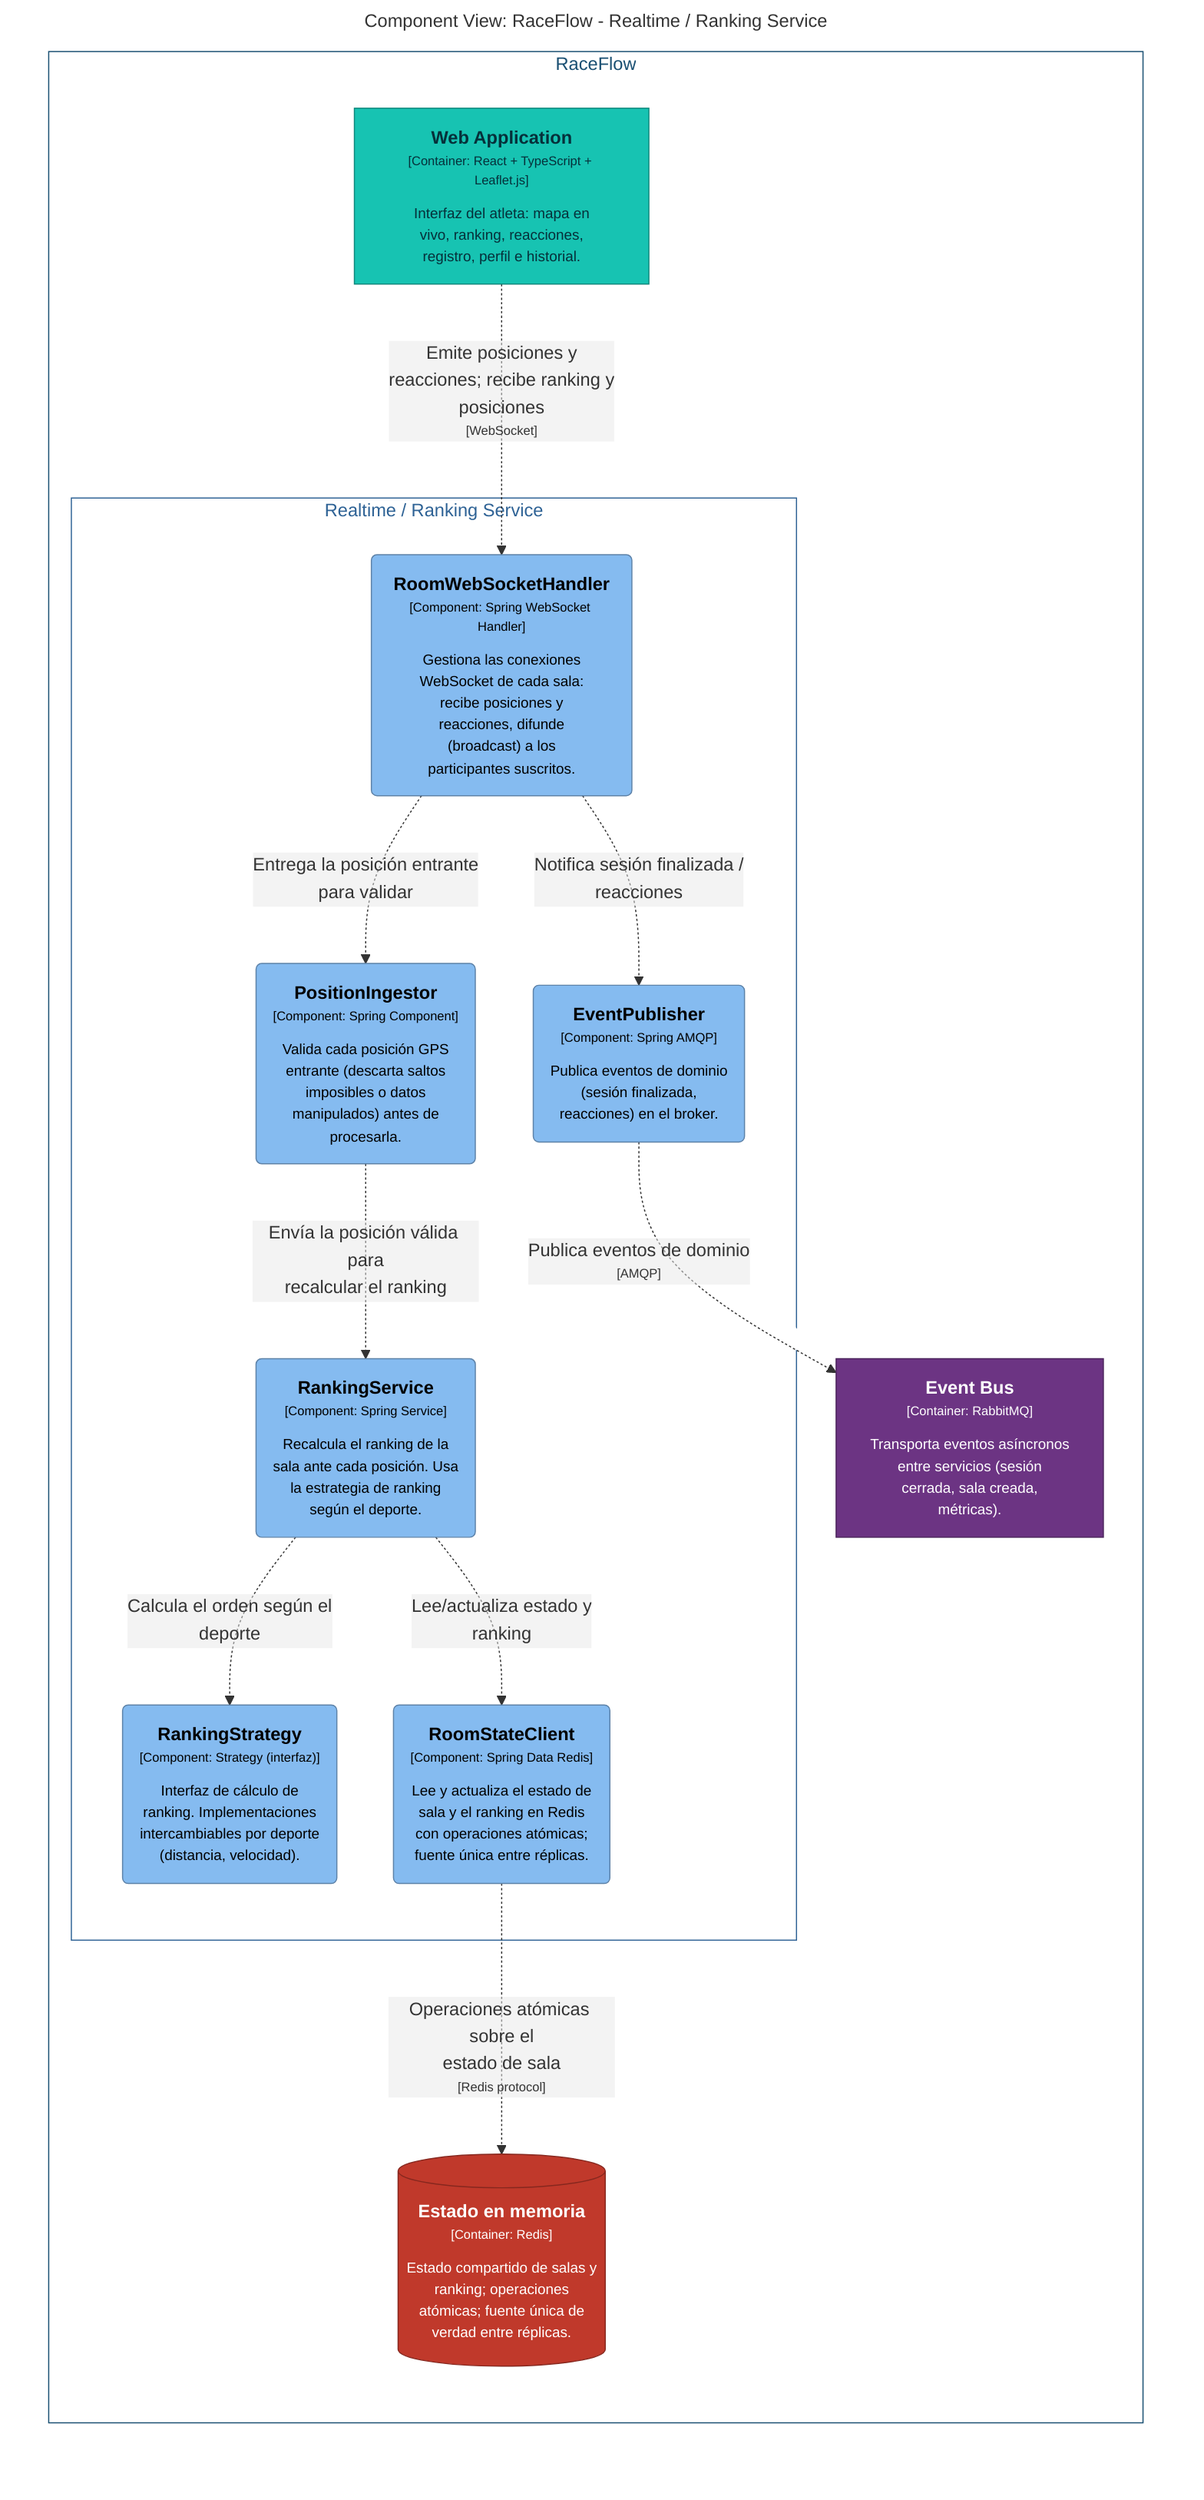
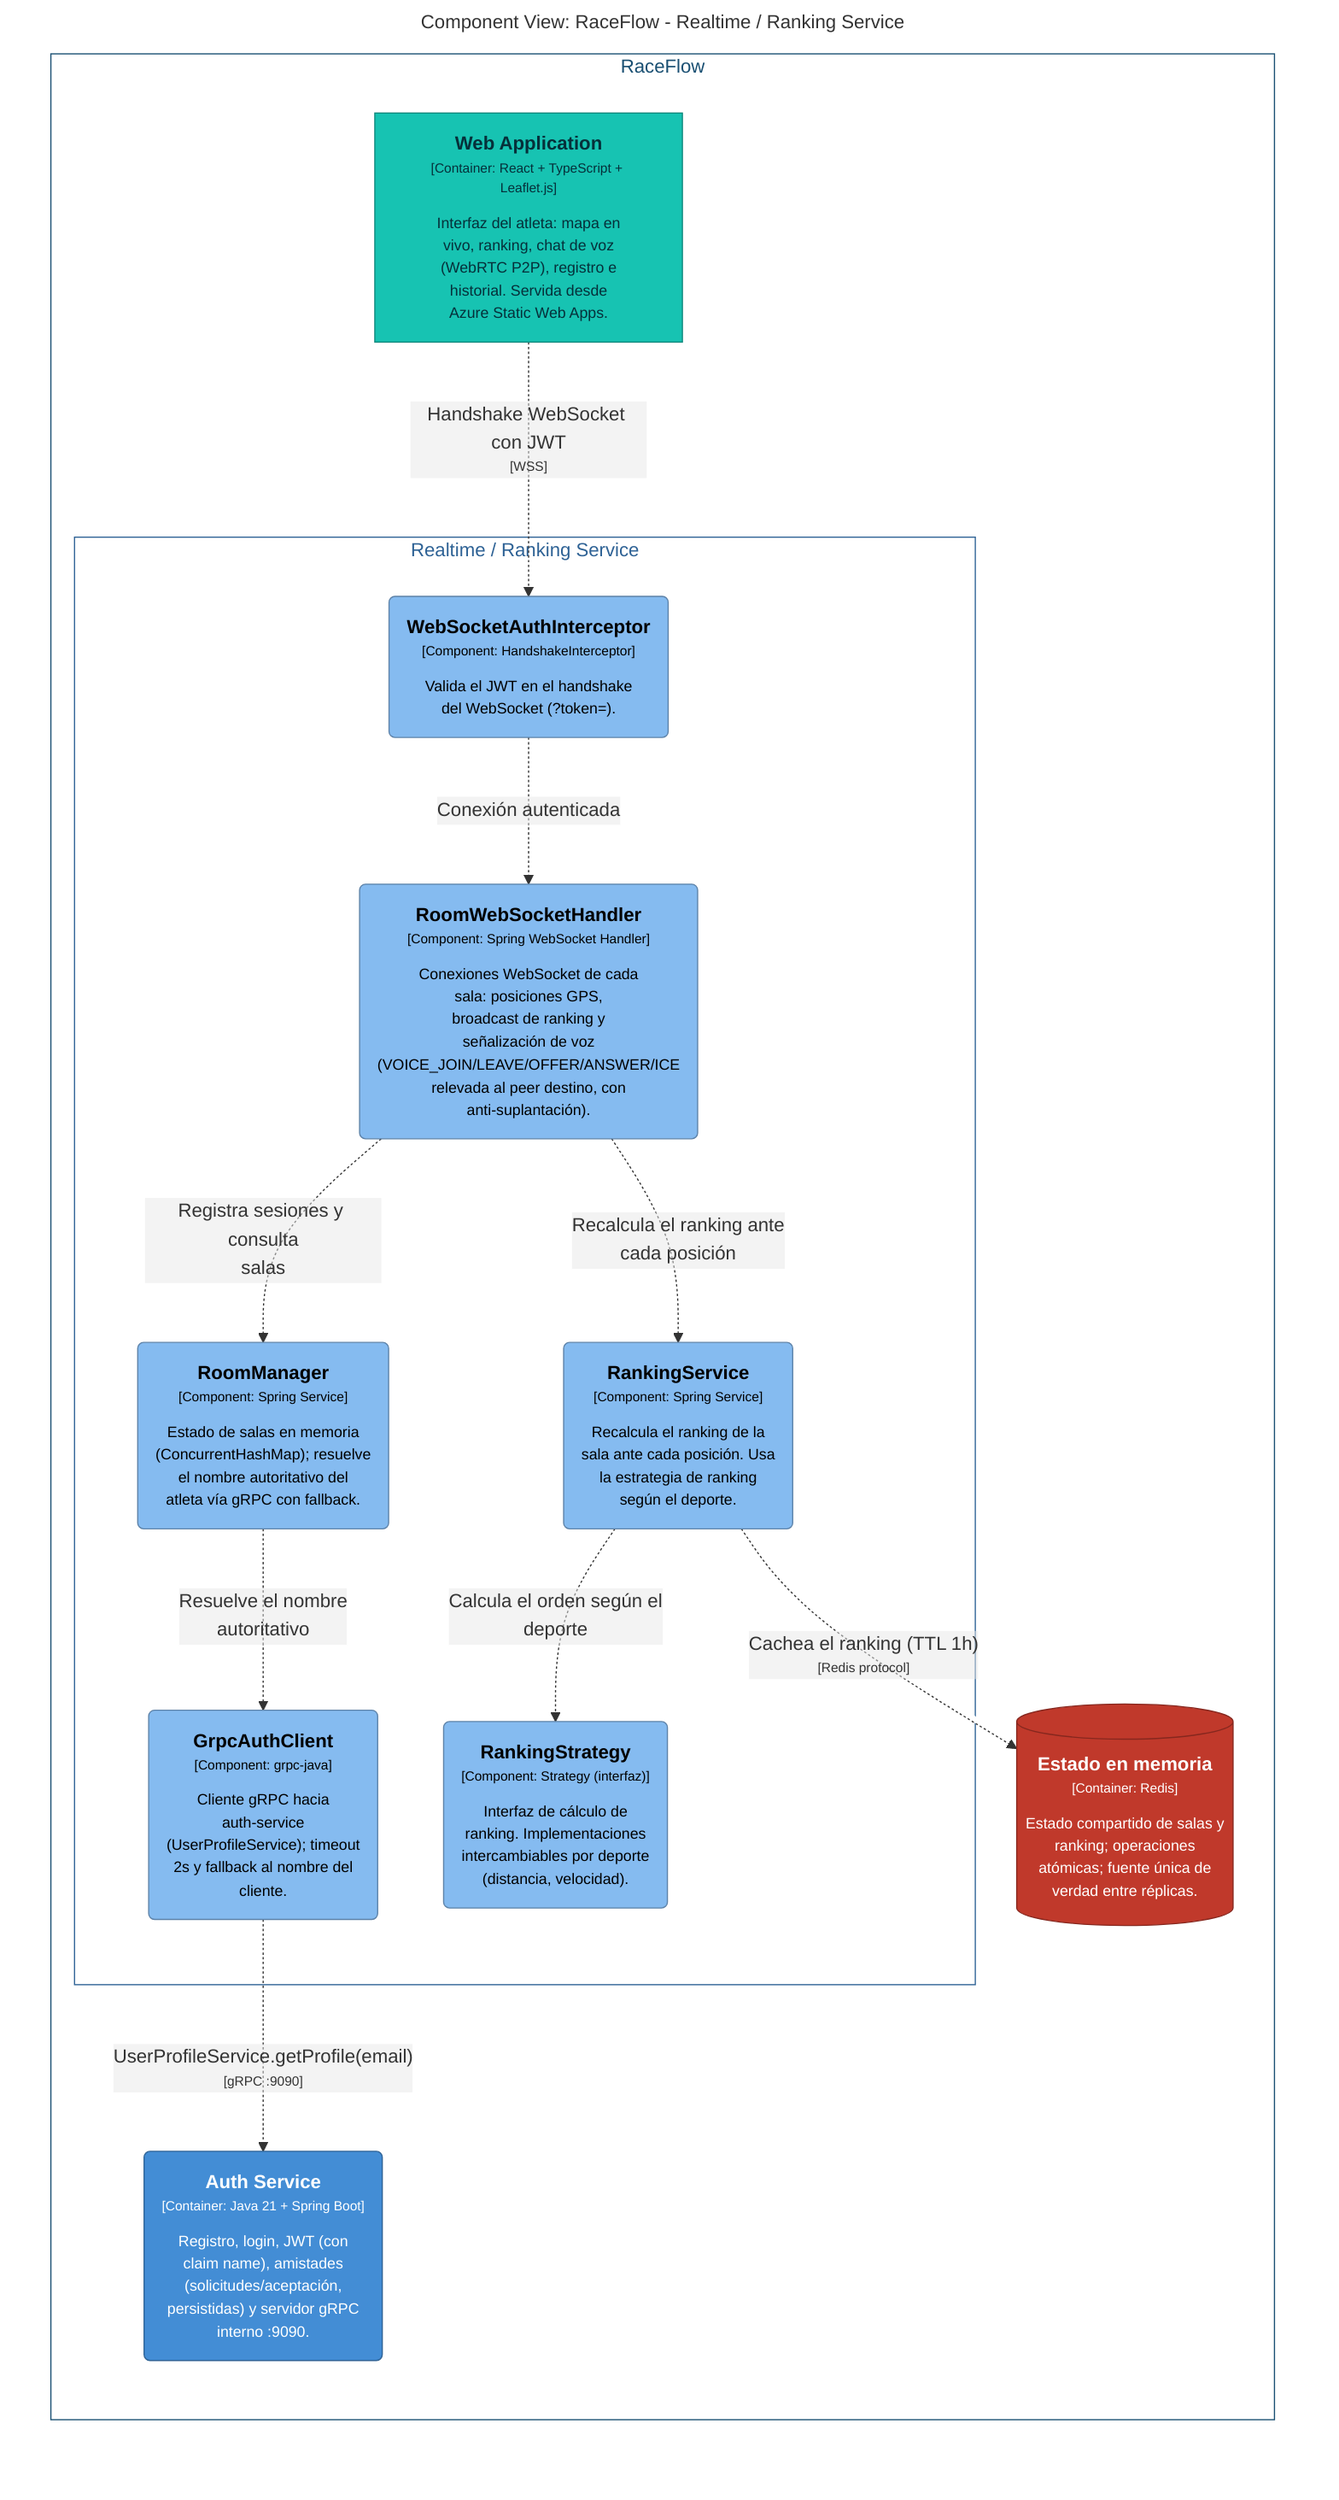
graph LR
  linkStyle default fill:#ffffff

  subgraph diagram ["Component View: RaceFlow - Realtime / Ranking Service"]
    style diagram fill:#ffffff,stroke:#ffffff

    subgraph 4 ["RaceFlow"]
      style 4 fill:#ffffff,stroke:#194f72,color:#194f72

      subgraph 9 ["Realtime / Ranking Service"]
        style 9 fill:#ffffff,stroke:#2e6295,color:#2e6295

-         10("<div style='font-weight: bold'>RoomWebSocketHandler</div><div style='font-size: 70%; margin-top: 0px'>[Component: Spring WebSocket Handler]</div><div style='font-size: 80%; margin-top:10px'>Gestiona las conexiones<br />WebSocket de cada sala:<br />recibe posiciones y<br />reacciones, difunde<br />(broadcast) a los<br />participantes suscritos.</div>")
+         10("<div style='font-weight: bold'>RoomWebSocketHandler</div><div style='font-size: 70%; margin-top: 0px'>[Component: Spring WebSocket Handler]</div><div style='font-size: 80%; margin-top:10px'>Conexiones WebSocket de cada<br />sala: posiciones GPS,<br />broadcast de ranking y<br />señalización de voz<br />(VOICE_JOIN/LEAVE/OFFER/ANSWER/ICE<br />relevada al peer destino, con<br />anti-suplantación).</div>")
        style 10 fill:#85bbf0,stroke:#5d82a8,color:#000000
-         11("<div style='font-weight: bold'>PositionIngestor</div><div style='font-size: 70%; margin-top: 0px'>[Component: Spring Component]</div><div style='font-size: 80%; margin-top:10px'>Valida cada posición GPS<br />entrante (descarta saltos<br />imposibles o datos<br />manipulados) antes de<br />procesarla.</div>")
+         11("<div style='font-weight: bold'>RoomManager</div><div style='font-size: 70%; margin-top: 0px'>[Component: Spring Service]</div><div style='font-size: 80%; margin-top:10px'>Estado de salas en memoria<br />(ConcurrentHashMap); resuelve<br />el nombre autoritativo del<br />atleta vía gRPC con fallback.</div>")
        style 11 fill:#85bbf0,stroke:#5d82a8,color:#000000
        12("<div style='font-weight: bold'>RankingService</div><div style='font-size: 70%; margin-top: 0px'>[Component: Spring Service]</div><div style='font-size: 80%; margin-top:10px'>Recalcula el ranking de la<br />sala ante cada posición. Usa<br />la estrategia de ranking<br />según el deporte.</div>")
        style 12 fill:#85bbf0,stroke:#5d82a8,color:#000000
        13("<div style='font-weight: bold'>RankingStrategy</div><div style='font-size: 70%; margin-top: 0px'>[Component: Strategy (interfaz)]</div><div style='font-size: 80%; margin-top:10px'>Interfaz de cálculo de<br />ranking. Implementaciones<br />intercambiables por deporte<br />(distancia, velocidad).</div>")
        style 13 fill:#85bbf0,stroke:#5d82a8,color:#000000
-         14("<div style='font-weight: bold'>RoomStateClient</div><div style='font-size: 70%; margin-top: 0px'>[Component: Spring Data Redis]</div><div style='font-size: 80%; margin-top:10px'>Lee y actualiza el estado de<br />sala y el ranking en Redis<br />con operaciones atómicas;<br />fuente única entre réplicas.</div>")
+         14("<div style='font-weight: bold'>GrpcAuthClient</div><div style='font-size: 70%; margin-top: 0px'>[Component: grpc-java]</div><div style='font-size: 80%; margin-top:10px'>Cliente gRPC hacia<br />auth-service<br />(UserProfileService); timeout<br />2s y fallback al nombre del<br />cliente.</div>")
        style 14 fill:#85bbf0,stroke:#5d82a8,color:#000000
-         15("<div style='font-weight: bold'>EventPublisher</div><div style='font-size: 70%; margin-top: 0px'>[Component: Spring AMQP]</div><div style='font-size: 80%; margin-top:10px'>Publica eventos de dominio<br />(sesión finalizada,<br />reacciones) en el broker.</div>")
+         15("<div style='font-weight: bold'>WebSocketAuthInterceptor</div><div style='font-size: 70%; margin-top: 0px'>[Component: HandshakeInterceptor]</div><div style='font-size: 80%; margin-top:10px'>Valida el JWT en el handshake<br />del WebSocket (?token=).</div>")
        style 15 fill:#85bbf0,stroke:#5d82a8,color:#000000
      end

-       18["<div style='font-weight: bold'>Event Bus</div><div style='font-size: 70%; margin-top: 0px'>[Container: RabbitMQ]</div><div style='font-size: 80%; margin-top:10px'>Transporta eventos asíncronos<br />entre servicios (sesión<br />cerrada, sala creada,<br />métricas).</div>"]
-       style 18 fill:#6c3483,stroke:#4b245b,color:#ffffff
      19[("<div style='font-weight: bold'>Estado en memoria</div><div style='font-size: 70%; margin-top: 0px'>[Container: Redis]</div><div style='font-size: 80%; margin-top:10px'>Estado compartido de salas y<br />ranking; operaciones<br />atómicas; fuente única de<br />verdad entre réplicas.</div>")]
      style 19 fill:#c0392b,stroke:#86271e,color:#ffffff
-       5["<div style='font-weight: bold'>Web Application</div><div style='font-size: 70%; margin-top: 0px'>[Container: React + TypeScript + Leaflet.js]</div><div style='font-size: 80%; margin-top:10px'>Interfaz del atleta: mapa en<br />vivo, ranking, reacciones,<br />registro, perfil e historial.</div>"]
+       5["<div style='font-weight: bold'>Web Application</div><div style='font-size: 70%; margin-top: 0px'>[Container: React + TypeScript + Leaflet.js]</div><div style='font-size: 80%; margin-top:10px'>Interfaz del atleta: mapa en<br />vivo, ranking, chat de voz<br />(WebRTC P2P), registro e<br />historial. Servida desde<br />Azure Static Web Apps.</div>"]
      style 5 fill:#17c3b2,stroke:#10887c,color:#06303a
+       7("<div style='font-weight: bold'>Auth Service</div><div style='font-size: 70%; margin-top: 0px'>[Container: Java 21 + Spring Boot]</div><div style='font-size: 80%; margin-top:10px'>Registro, login, JWT (con<br />claim name), amistades<br />(solicitudes/aceptación,<br />persistidas) y servidor gRPC<br />interno :9090.</div>")
+       style 7 fill:#438dd5,stroke:#2e6295,color:#ffffff
    end

-     5-. "<div>Emite posiciones y<br />reacciones; recibe ranking y<br />posiciones</div><div style='font-size: 70%'>[WebSocket]</div>" .->10
-     10-. "<div>Entrega la posición entrante<br />para validar</div><div style='font-size: 70%'></div>" .->11
-     11-. "<div>Envía la posición válida para<br />recalcular el ranking</div><div style='font-size: 70%'></div>" .->12
+     5-. "<div>Handshake WebSocket con JWT</div><div style='font-size: 70%'>[WSS]</div>" .->15
+     15-. "<div>Conexión autenticada</div><div style='font-size: 70%'></div>" .->10
+     10-. "<div>Registra sesiones y consulta<br />salas</div><div style='font-size: 70%'></div>" .->11
+     10-. "<div>Recalcula el ranking ante<br />cada posición</div><div style='font-size: 70%'></div>" .->12
    12-. "<div>Calcula el orden según el<br />deporte</div><div style='font-size: 70%'></div>" .->13
-     12-. "<div>Lee/actualiza estado y<br />ranking</div><div style='font-size: 70%'></div>" .->14
-     14-. "<div>Operaciones atómicas sobre el<br />estado de sala</div><div style='font-size: 70%'>[Redis protocol]</div>" .->19
-     10-. "<div>Notifica sesión finalizada /<br />reacciones</div><div style='font-size: 70%'></div>" .->15
-     15-. "<div>Publica eventos de dominio</div><div style='font-size: 70%'>[AMQP]</div>" .->18
+     12-. "<div>Cachea el ranking (TTL 1h)</div><div style='font-size: 70%'>[Redis protocol]</div>" .->19
+     11-. "<div>Resuelve el nombre<br />autoritativo</div><div style='font-size: 70%'></div>" .->14
+     14-. "<div>UserProfileService.getProfile(email)</div><div style='font-size: 70%'>[gRPC :9090]</div>" .->7

  end